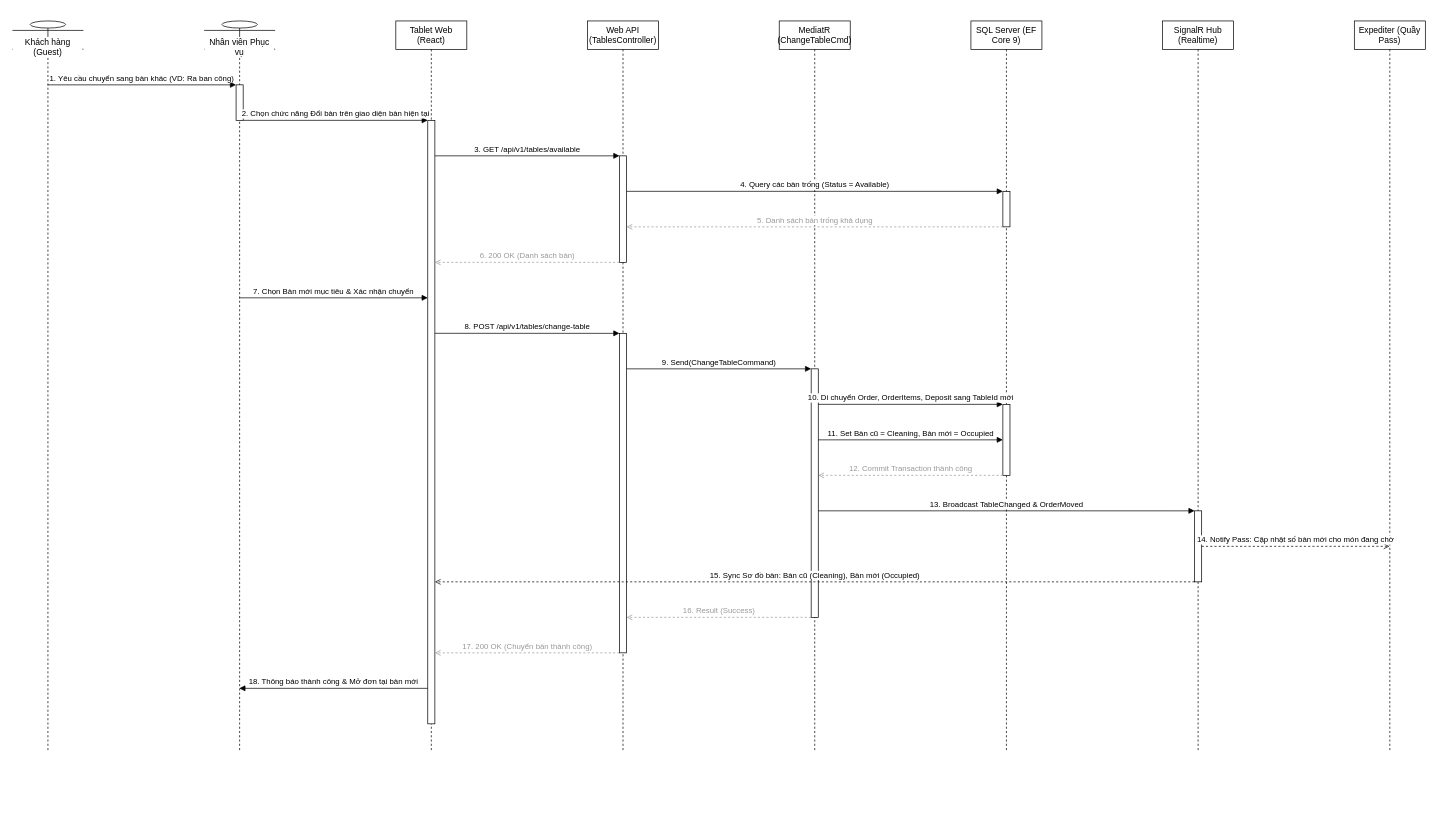
Earlier version of the draw.io diagram docs/phase1/drawio/sd07_change_table.drawio (AndrewQng/VinDining). Source tidied: cells renumbered, new cells numbered last; positions are measured from the earlier drawing's top-left corner, leaving out a move shared by most shapes. Both pictures are drawn from the tidied source at 71%, with x=0, y=0 at pixel (12, 21).
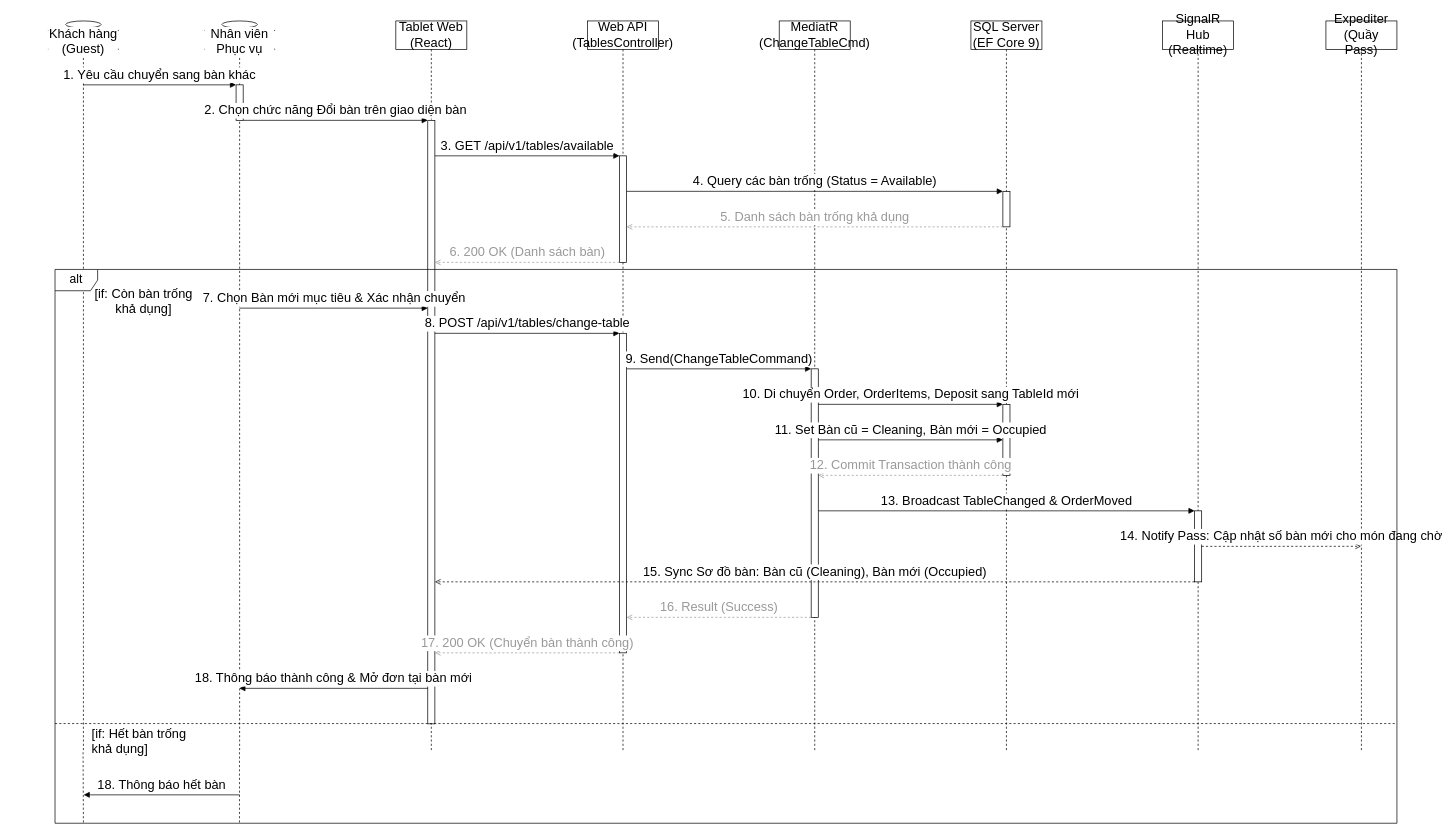
After the change.

The edit, as a diff of the source:
```diff
@@
-    <mxCell id="2" value="Khách hàng (Guest)" style="shape=umlLifeline;perimeter=lifelinePerimeter;whiteSpace=wrap;html=1;outlineConnect=0;portConstraint=eastwest;size=40;participant=umlActor;verticalAlign=bottom;spacingBottom=-14;labelBackgroundColor=#ffffff;" parent="1" vertex="1">
-      <mxGeometry width="100" height="1030" as="geometry" />
+    <mxCell id="2" value="Khách hàng (Guest)" style="shape=umlLifeline;perimeter=lifelinePerimeter;whiteSpace=wrap;html=1;outlineConnect=0;portConstraint=eastwest;size=40;participant=umlActor;verticalAlign=bottom;spacingBottom=-14;labelBackgroundColor=#ffffff;fontSize=18;" parent="1" vertex="1">
+      <mxGeometry x="50" width="100" height="1030" as="geometry" />
     </mxCell>
-    <mxCell id="3" value="Nhân viên Phục vụ" style="shape=umlLifeline;perimeter=lifelinePerimeter;whiteSpace=wrap;html=1;outlineConnect=0;portConstraint=eastwest;size=40;participant=umlActor;verticalAlign=bottom;spacingBottom=-14;labelBackgroundColor=#ffffff;" parent="1" vertex="1">
+    <mxCell id="3" value="Nhân viên Phục vụ" style="shape=umlLifeline;perimeter=lifelinePerimeter;whiteSpace=wrap;html=1;outlineConnect=0;portConstraint=eastwest;size=40;participant=umlActor;verticalAlign=bottom;spacingBottom=-14;labelBackgroundColor=#ffffff;fontSize=18;" parent="1" vertex="1">
       <mxGeometry x="270" width="100" height="1030" as="geometry" />
     </mxCell>
+    <mxCell id="10" style="html=1;points=[];perimeter=orthogonalPerimeter;outlineConnect=0;fillColor=#ffffff;fontSize=18;" parent="3" vertex="1">
+      <mxGeometry x="45" y="90" width="10" height="50" as="geometry" />
+    </mxCell>
-    <mxCell id="4" value="Tablet Web (React)" style="shape=umlLifeline;perimeter=lifelinePerimeter;whiteSpace=wrap;html=1;size=40;" parent="1" vertex="1">
+    <mxCell id="4" value="Tablet Web (React)" style="shape=umlLifeline;perimeter=lifelinePerimeter;whiteSpace=wrap;html=1;size=40;fontSize=18;" parent="1" vertex="1">
       <mxGeometry x="540" width="100" height="1030" as="geometry" />
     </mxCell>
+    <mxCell id="17" style="html=1;points=[];perimeter=orthogonalPerimeter;outlineConnect=0;fillColor=#ffffff;fontSize=18;" parent="4" vertex="1">
+      <mxGeometry x="45" y="140" width="10" height="850" as="geometry" />
+    </mxCell>
-    <mxCell id="5" value="Web API (TablesController)" style="shape=umlLifeline;perimeter=lifelinePerimeter;whiteSpace=wrap;html=1;size=40;" parent="1" vertex="1">
+    <mxCell id="5" value="Web API (TablesController)" style="shape=umlLifeline;perimeter=lifelinePerimeter;whiteSpace=wrap;html=1;size=40;fontSize=18;" parent="1" vertex="1">
       <mxGeometry x="810" width="100" height="1030" as="geometry" />
     </mxCell>
+    <mxCell id="12" style="html=1;points=[];perimeter=orthogonalPerimeter;outlineConnect=0;fillColor=#ffffff;fontSize=18;" parent="5" vertex="1">
+      <mxGeometry x="45" y="190" width="10" height="150" as="geometry" />
+    </mxCell>
+    <mxCell id="16" style="html=1;points=[];perimeter=orthogonalPerimeter;outlineConnect=0;fillColor=#ffffff;fontSize=18;" parent="5" vertex="1">
+      <mxGeometry x="45" y="440" width="10" height="450" as="geometry" />
+    </mxCell>
-    <mxCell id="6" value="MediatR (ChangeTableCmd)" style="shape=umlLifeline;perimeter=lifelinePerimeter;whiteSpace=wrap;html=1;size=40;" parent="1" vertex="1">
+    <mxCell id="6" value="MediatR (ChangeTableCmd)" style="shape=umlLifeline;perimeter=lifelinePerimeter;whiteSpace=wrap;html=1;size=40;fontSize=18;" parent="1" vertex="1">
       <mxGeometry x="1080" width="100" height="1030" as="geometry" />
     </mxCell>
+    <mxCell id="15" style="html=1;points=[];perimeter=orthogonalPerimeter;outlineConnect=0;fillColor=#ffffff;fontSize=18;" parent="6" vertex="1">
+      <mxGeometry x="45" y="490" width="10" height="350" as="geometry" />
+    </mxCell>
-    <mxCell id="7" value="SQL Server (EF Core 9)" style="shape=umlLifeline;perimeter=lifelinePerimeter;whiteSpace=wrap;html=1;size=40;" parent="1" vertex="1">
+    <mxCell id="7" value="SQL Server (EF Core 9)" style="shape=umlLifeline;perimeter=lifelinePerimeter;whiteSpace=wrap;html=1;size=40;fontSize=18;" parent="1" vertex="1">
       <mxGeometry x="1350" width="100" height="1030" as="geometry" />
     </mxCell>
+    <mxCell id="11" style="html=1;points=[];perimeter=orthogonalPerimeter;outlineConnect=0;fillColor=#ffffff;fontSize=18;" parent="7" vertex="1">
+      <mxGeometry x="45" y="240" width="10" height="50" as="geometry" />
+    </mxCell>
+    <mxCell id="13" style="html=1;points=[];perimeter=orthogonalPerimeter;outlineConnect=0;fillColor=#ffffff;fontSize=18;" parent="7" vertex="1">
+      <mxGeometry x="45" y="540" width="10" height="100" as="geometry" />
+    </mxCell>
-    <mxCell id="8" value="SignalR Hub (Realtime)" style="shape=umlLifeline;perimeter=lifelinePerimeter;whiteSpace=wrap;html=1;size=40;" parent="1" vertex="1">
+    <mxCell id="8" value="SignalR Hub (Realtime)" style="shape=umlLifeline;perimeter=lifelinePerimeter;whiteSpace=wrap;html=1;size=40;fontSize=18;" parent="1" vertex="1">
       <mxGeometry x="1620" width="100" height="1030" as="geometry" />
     </mxCell>
+    <mxCell id="14" style="html=1;points=[];perimeter=orthogonalPerimeter;outlineConnect=0;fillColor=#ffffff;fontSize=18;" parent="8" vertex="1">
+      <mxGeometry x="45" y="690" width="10" height="100" as="geometry" />
+    </mxCell>
-    <mxCell id="9" value="Expediter (Quầy Pass)" style="shape=umlLifeline;perimeter=lifelinePerimeter;whiteSpace=wrap;html=1;outlineConnect=0;portConstraint=eastwest;size=40;" parent="1" vertex="1">
-      <mxGeometry x="1890" width="100" height="1030" as="geometry" />
+    <mxCell id="9" value="Expediter (Quầy Pass)" style="shape=umlLifeline;perimeter=lifelinePerimeter;whiteSpace=wrap;html=1;outlineConnect=0;portConstraint=eastwest;size=40;fontSize=18;" parent="1" vertex="1">
+      <mxGeometry x="1850" width="100" height="1030" as="geometry" />
     </mxCell>
-    <mxCell id="10" style="html=1;points=[];perimeter=orthogonalPerimeter;outlineConnect=0;fillColor=#ffffff;" parent="3" vertex="1">
-      <mxGeometry x="45" y="90" width="10" height="50" as="geometry" />
-    </mxCell>
-    <mxCell id="11" style="html=1;points=[];perimeter=orthogonalPerimeter;outlineConnect=0;fillColor=#ffffff;" parent="7" vertex="1">
-      <mxGeometry x="45" y="240" width="10" height="50" as="geometry" />
-    </mxCell>
-    <mxCell id="12" style="html=1;points=[];perimeter=orthogonalPerimeter;outlineConnect=0;fillColor=#ffffff;" parent="5" vertex="1">
-      <mxGeometry x="45" y="190" width="10" height="150" as="geometry" />
-    </mxCell>
-    <mxCell id="13" style="html=1;points=[];perimeter=orthogonalPerimeter;outlineConnect=0;fillColor=#ffffff;" parent="7" vertex="1">
-      <mxGeometry x="45" y="540" width="10" height="100" as="geometry" />
-    </mxCell>
-    <mxCell id="14" style="html=1;points=[];perimeter=orthogonalPerimeter;outlineConnect=0;fillColor=#ffffff;" parent="8" vertex="1">
-      <mxGeometry x="45" y="690" width="10" height="100" as="geometry" />
-    </mxCell>
-    <mxCell id="15" style="html=1;points=[];perimeter=orthogonalPerimeter;outlineConnect=0;fillColor=#ffffff;" parent="6" vertex="1">
-      <mxGeometry x="45" y="490" width="10" height="350" as="geometry" />
-    </mxCell>
-    <mxCell id="16" style="html=1;points=[];perimeter=orthogonalPerimeter;outlineConnect=0;fillColor=#ffffff;" parent="5" vertex="1">
-      <mxGeometry x="45" y="440" width="10" height="450" as="geometry" />
-    </mxCell>
-    <mxCell id="17" style="html=1;points=[];perimeter=orthogonalPerimeter;outlineConnect=0;fillColor=#ffffff;" parent="4" vertex="1">
-      <mxGeometry x="45" y="140" width="10" height="850" as="geometry" />
-    </mxCell>
-    <mxCell id="18" value="1. Yêu cầu chuyển sang bàn khác (VD: Ra ban công)" style="html=1;verticalAlign=bottom;endArrow=block;curved=0;rounded=0;exitX=0.5;exitY=0.0874;entryX=0;entryY=0.0;" parent="1" edge="1" source="2" target="10">
+    <mxCell id="18" value="1. Yêu cầu chuyển sang bàn khác" style="html=1;verticalAlign=bottom;endArrow=block;curved=0;rounded=0;exitX=0.5;exitY=0.0874;entryX=0;entryY=0.0;fontSize=18;" parent="1" edge="1" source="2" target="10">
       <mxGeometry relative="1" as="geometry" />
     </mxCell>
-    <mxCell id="19" value="2. Chọn chức năng Đổi bàn trên giao diện bàn hiện tại" style="html=1;verticalAlign=bottom;endArrow=block;curved=0;rounded=0;exitX=1;exitY=1.0;entryX=0;entryY=0.0;" parent="1" edge="1" source="10" target="17">
+    <mxCell id="19" value="2. Chọn chức năng Đổi bàn trên giao diện bàn" style="html=1;verticalAlign=bottom;endArrow=block;curved=0;rounded=0;exitX=1;exitY=1.0;entryX=0;entryY=0.0;fontSize=18;" parent="1" edge="1" source="10" target="17">
       <mxGeometry relative="1" as="geometry" />
     </mxCell>
-    <mxCell id="20" value="3. GET /api/v1/tables/available" style="html=1;verticalAlign=bottom;endArrow=block;curved=0;rounded=0;exitX=1;exitY=0.0588;entryX=0;entryY=0.0;" parent="1" edge="1" source="17" target="12">
+    <mxCell id="20" value="3. GET /api/v1/tables/available" style="html=1;verticalAlign=bottom;endArrow=block;curved=0;rounded=0;exitX=1;exitY=0.0588;entryX=0;entryY=0.0;fontSize=18;" parent="1" edge="1" source="17" target="12">
       <mxGeometry relative="1" as="geometry" />
     </mxCell>
-    <mxCell id="21" value="4. Query các bàn trống (Status = Available)" style="html=1;verticalAlign=bottom;endArrow=block;curved=0;rounded=0;exitX=1;exitY=0.3333;entryX=0;entryY=0.0;" parent="1" edge="1" source="12" target="11">
+    <mxCell id="21" value="4. Query các bàn trống (Status = Available)" style="html=1;verticalAlign=bottom;endArrow=block;curved=0;rounded=0;exitX=1;exitY=0.3333;entryX=0;entryY=0.0;fontSize=18;" parent="1" edge="1" source="12" target="11">
       <mxGeometry relative="1" as="geometry" />
     </mxCell>
-    <mxCell id="22" value="5. Danh sách bàn trống khả dụng" style="html=1;verticalAlign=bottom;endArrow=open;dashed=1;curved=0;rounded=0;strokeColor=#999999;fontColor=#999999;exitX=0;exitY=1.0;entryX=1;entryY=0.6667;" parent="1" edge="1" source="11" target="12">
+    <mxCell id="22" value="5. Danh sách bàn trống khả dụng" style="html=1;verticalAlign=bottom;endArrow=open;dashed=1;curved=0;rounded=0;strokeColor=#999999;fontColor=#999999;exitX=0;exitY=1.0;entryX=1;entryY=0.6667;fontSize=18;" parent="1" edge="1" source="11" target="12">
       <mxGeometry relative="1" as="geometry" />
     </mxCell>
-    <mxCell id="23" value="6. 200 OK (Danh sách bàn)" style="html=1;verticalAlign=bottom;endArrow=open;dashed=1;curved=0;rounded=0;strokeColor=#999999;fontColor=#999999;exitX=0;exitY=1.0;entryX=1;entryY=0.2353;" parent="1" edge="1" source="12" target="17">
+    <mxCell id="23" value="6. 200 OK (Danh sách bàn)" style="html=1;verticalAlign=bottom;endArrow=open;dashed=1;curved=0;rounded=0;strokeColor=#999999;fontColor=#999999;exitX=0;exitY=1.0;entryX=1;entryY=0.2353;fontSize=18;" parent="1" edge="1" source="12" target="17">
       <mxGeometry relative="1" as="geometry" />
     </mxCell>
-    <mxCell id="24" value="7. Chọn Bàn mới mục tiêu &amp; Xác nhận chuyển" style="html=1;verticalAlign=bottom;endArrow=block;curved=0;rounded=0;exitX=0.5;exitY=0.3786;entryX=0;entryY=0.2941;" parent="1" edge="1" source="3" target="17">
-      <mxGeometry relative="1" as="geometry" />
+    <mxCell id="24" value="7. Chọn Bàn mới mục tiêu &amp;amp; Xác nhận chuyển" style="html=1;verticalAlign=bottom;endArrow=block;curved=0;rounded=0;exitX=0.5;exitY=0.3786;entryX=0;entryY=0.2941;fontSize=18;" parent="1" edge="1">
+      <mxGeometry relative="1" as="geometry">
+        <mxPoint x="319.5" y="404.5" as="sourcePoint" />
+        <mxPoint x="585" y="404.5" as="targetPoint" />
+      </mxGeometry>
     </mxCell>
-    <mxCell id="25" value="8. POST /api/v1/tables/change-table" style="html=1;verticalAlign=bottom;endArrow=block;curved=0;rounded=0;exitX=1;exitY=0.3529;entryX=0;entryY=0.0;" parent="1" edge="1" source="17" target="16">
+    <mxCell id="25" value="8. POST /api/v1/tables/change-table" style="html=1;verticalAlign=bottom;endArrow=block;curved=0;rounded=0;exitX=1;exitY=0.3529;entryX=0;entryY=0.0;fontSize=18;" parent="1" edge="1" source="17" target="16">
       <mxGeometry relative="1" as="geometry" />
     </mxCell>
-    <mxCell id="26" value="9. Send(ChangeTableCommand)" style="html=1;verticalAlign=bottom;endArrow=block;curved=0;rounded=0;exitX=1;exitY=0.1111;entryX=0;entryY=0.0;" parent="1" edge="1" source="16" target="15">
+    <mxCell id="26" value="9. Send(ChangeTableCommand)" style="html=1;verticalAlign=bottom;endArrow=block;curved=0;rounded=0;exitX=1;exitY=0.1111;entryX=0;entryY=0.0;fontSize=18;" parent="1" edge="1" source="16" target="15">
       <mxGeometry relative="1" as="geometry" />
     </mxCell>
-    <mxCell id="27" value="10. Di chuyển Order, OrderItems, Deposit sang TableId mới" style="html=1;verticalAlign=bottom;endArrow=block;curved=0;rounded=0;exitX=1;exitY=0.1429;entryX=0;entryY=0.0;" parent="1" edge="1" source="15" target="13">
+    <mxCell id="27" value="10. Di chuyển Order, OrderItems, Deposit sang TableId mới" style="html=1;verticalAlign=bottom;endArrow=block;curved=0;rounded=0;exitX=1;exitY=0.1429;entryX=0;entryY=0.0;fontSize=18;" parent="1" edge="1" source="15" target="13">
       <mxGeometry relative="1" as="geometry" />
     </mxCell>
-    <mxCell id="28" value="11. Set Bàn cũ = Cleaning, Bàn mới = Occupied" style="html=1;verticalAlign=bottom;endArrow=block;curved=0;rounded=0;exitX=1;exitY=0.2857;entryX=0;entryY=0.5;" parent="1" edge="1" source="15" target="13">
+    <mxCell id="28" value="11. Set Bàn cũ = Cleaning, Bàn mới = Occupied" style="html=1;verticalAlign=bottom;endArrow=block;curved=0;rounded=0;exitX=1;exitY=0.2857;entryX=0;entryY=0.5;fontSize=18;" parent="1" edge="1" source="15" target="13">
       <mxGeometry relative="1" as="geometry" />
     </mxCell>
-    <mxCell id="29" value="12. Commit Transaction thành công" style="html=1;verticalAlign=bottom;endArrow=open;dashed=1;curved=0;rounded=0;strokeColor=#999999;fontColor=#999999;exitX=0;exitY=1.0;entryX=1;entryY=0.4286;" parent="1" edge="1" source="13" target="15">
+    <mxCell id="29" value="12. Commit Transaction thành công" style="html=1;verticalAlign=bottom;endArrow=open;dashed=1;curved=0;rounded=0;strokeColor=#999999;fontColor=#999999;exitX=0;exitY=1.0;entryX=1;entryY=0.4286;fontSize=18;" parent="1" edge="1" source="13" target="15">
       <mxGeometry relative="1" as="geometry" />
     </mxCell>
-    <mxCell id="30" value="13. Broadcast TableChanged &amp; OrderMoved" style="html=1;verticalAlign=bottom;endArrow=block;curved=0;rounded=0;exitX=1;exitY=0.5714;entryX=0;entryY=0.0;" parent="1" edge="1" source="15" target="14">
+    <mxCell id="30" value="13. Broadcast TableChanged &amp;amp; OrderMoved" style="html=1;verticalAlign=bottom;endArrow=block;curved=0;rounded=0;exitX=1;exitY=0.5714;entryX=0;entryY=0.0;fontSize=18;" parent="1" edge="1" source="15" target="14">
       <mxGeometry relative="1" as="geometry" />
     </mxCell>
-    <mxCell id="31" value="14. Notify Pass: Cập nhật số bàn mới cho món đang chờ" style="html=1;verticalAlign=bottom;endArrow=open;dashed=1;curved=0;rounded=0;exitX=1;exitY=0.5;entryX=0.5;entryY=0.7184;" parent="1" edge="1" source="14" target="9">
+    <mxCell id="31" value="14. Notify Pass: Cập nhật số bàn mới cho món đang chờ" style="html=1;verticalAlign=bottom;endArrow=open;dashed=1;curved=0;rounded=0;exitX=1;exitY=0.5;entryX=0.5;entryY=0.7184;fontSize=18;" parent="1" edge="1" source="14" target="9">
       <mxGeometry relative="1" as="geometry" />
     </mxCell>
-    <mxCell id="32" value="15. Sync Sơ đồ bàn: Bàn cũ (Cleaning), Bàn mới (Occupied)" style="html=1;verticalAlign=bottom;endArrow=open;dashed=1;curved=0;rounded=0;exitX=0;exitY=1.0;entryX=1;entryY=0.7647;" parent="1" edge="1" source="14" target="17">
+    <mxCell id="32" value="15. Sync Sơ đồ bàn: Bàn cũ (Cleaning), Bàn mới (Occupied)" style="html=1;verticalAlign=bottom;endArrow=open;dashed=1;curved=0;rounded=0;exitX=0;exitY=1.0;entryX=1;entryY=0.7647;fontSize=18;" parent="1" edge="1" source="14" target="17">
       <mxGeometry relative="1" as="geometry" />
     </mxCell>
-    <mxCell id="33" value="16. Result (Success)" style="html=1;verticalAlign=bottom;endArrow=open;dashed=1;curved=0;rounded=0;strokeColor=#999999;fontColor=#999999;exitX=0;exitY=1.0;entryX=1;entryY=0.8889;" parent="1" edge="1" source="15" target="16">
+    <mxCell id="33" value="16. Result (Success)" style="html=1;verticalAlign=bottom;endArrow=open;dashed=1;curved=0;rounded=0;strokeColor=#999999;fontColor=#999999;exitX=0;exitY=1.0;entryX=1;entryY=0.8889;fontSize=18;" parent="1" edge="1" source="15" target="16">
       <mxGeometry relative="1" as="geometry" />
     </mxCell>
-    <mxCell id="34" value="17. 200 OK (Chuyển bàn thành công)" style="html=1;verticalAlign=bottom;endArrow=open;dashed=1;curved=0;rounded=0;strokeColor=#999999;fontColor=#999999;exitX=0;exitY=1.0;entryX=1;entryY=0.8824;" parent="1" edge="1" source="16" target="17">
+    <mxCell id="34" value="17. 200 OK (Chuyển bàn thành công)" style="html=1;verticalAlign=bottom;endArrow=open;dashed=1;curved=0;rounded=0;strokeColor=#999999;fontColor=#999999;exitX=0;exitY=1.0;entryX=1;entryY=0.8824;fontSize=18;" parent="1" edge="1" source="16" target="17">
       <mxGeometry relative="1" as="geometry" />
     </mxCell>
-    <mxCell id="35" value="18. Thông báo thành công &amp; Mở đơn tại bàn mới" style="html=1;verticalAlign=bottom;endArrow=block;curved=0;rounded=0;exitX=0;exitY=0.9412;entryX=0.5;entryY=0.9126;" parent="1" edge="1" source="17" target="3">
+    <mxCell id="35" value="18. Thông báo thành công &amp;amp; Mở đơn tại bàn mới" style="html=1;verticalAlign=bottom;endArrow=block;curved=0;rounded=0;exitX=0;exitY=0.9412;entryX=0.5;entryY=0.9126;fontSize=18;" parent="1" edge="1" source="17" target="3">
       <mxGeometry relative="1" as="geometry" />
     </mxCell>
+    <mxCell id="36" value="&lt;span style=&quot;font-size: 17px; color: light-dark(rgb(0, 0, 0), rgb(255, 255, 255));&quot;&gt;alt&lt;/span&gt;" style="shape=umlFrame;whiteSpace=wrap;html=1;" parent="1" vertex="1">
+      <mxGeometry x="60" y="350" width="1890" height="780" as="geometry" />
+    </mxCell>
+    <mxCell id="37" value="[if: Còn bàn trống khả dụng]" style="text;html=1;whiteSpace=wrap;strokeColor=none;fillColor=none;align=center;verticalAlign=bottom;rounded=0;fontFamily=Helvetica;fontSize=18;fontColor=default;fontStyle=0;labelBackgroundColor=none;" parent="1" vertex="1">
+      <mxGeometry x="110" y="350" width="150" height="70" as="geometry" />
+    </mxCell>
+    <mxCell id="38" style="endArrow=none;dashed=1;html=1;rounded=0;exitX=0;exitY=0.82;exitDx=0;exitDy=0;exitPerimeter=0;entryX=0.999;entryY=0.82;entryDx=0;entryDy=0;entryPerimeter=0;" parent="1" edge="1" source="36" target="36">
+      <mxGeometry relative="1" as="geometry" />
+    </mxCell>
+    <mxCell id="39" style="endArrow=none;dashed=1;html=1;rounded=0;" parent="1" edge="1" source="2">
+      <mxGeometry relative="1" as="geometry">
+        <mxPoint x="100" y="1130" as="targetPoint" />
+      </mxGeometry>
+    </mxCell>
+    <mxCell id="40" style="endArrow=none;dashed=1;html=1;rounded=0;" parent="1" edge="1">
+      <mxGeometry relative="1" as="geometry">
+        <mxPoint x="319.8" y="1030" as="sourcePoint" />
+        <mxPoint x="319.8" y="1130" as="targetPoint" />
+      </mxGeometry>
+    </mxCell>
+    <mxCell id="41" value="[if: Hết bàn trống khả dụng]" style="text;html=1;whiteSpace=wrap;strokeColor=none;fillColor=none;align=left;verticalAlign=bottom;rounded=0;fontFamily=Helvetica;fontSize=18;fontColor=default;fontStyle=0;labelBackgroundColor=none;" parent="1" vertex="1">
+      <mxGeometry x="110" y="970" width="150" height="70" as="geometry" />
+    </mxCell>
+    <mxCell id="42" value="18. Thông báo hết bàn" style="html=1;verticalAlign=bottom;endArrow=block;curved=0;rounded=0;entryX=0.5;entryY=0.9126;fontSize=18;" parent="1" edge="1">
+      <mxGeometry relative="1" as="geometry">
+        <mxPoint x="320" y="1090" as="sourcePoint" />
+        <mxPoint x="100.3" y="1090" as="targetPoint" />
+      </mxGeometry>
+    </mxCell>
```
